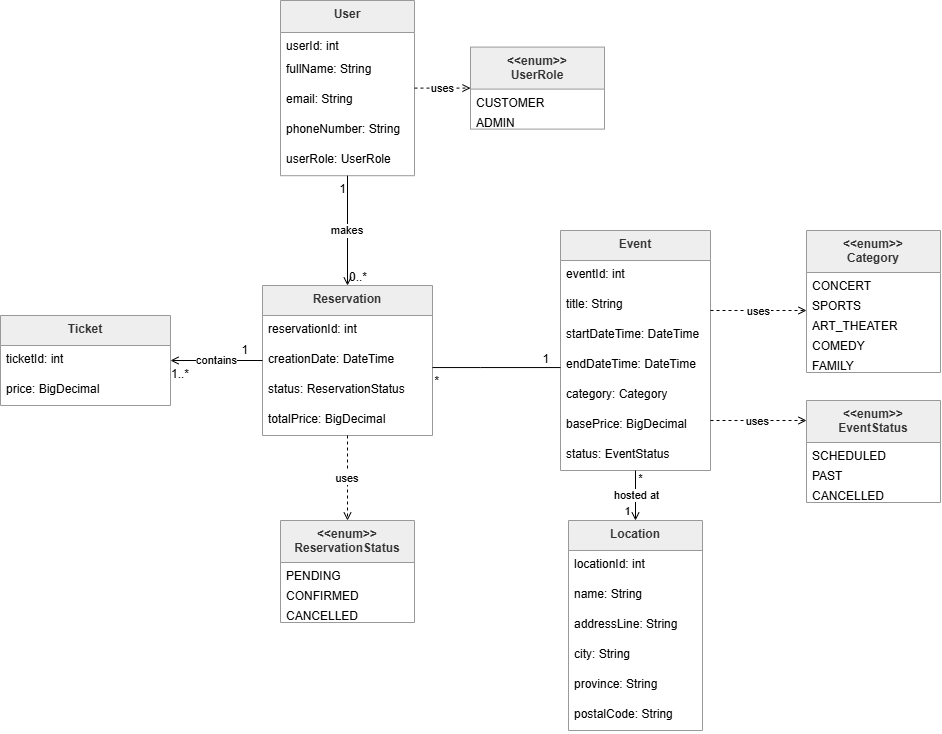
The draw.io diagram docs/DomainModel.png in Cimpo1/SOEN345_PestControl, before a commit. Source tidied: cells renumbered, new cells last; positions are measured from the earlier drawing's top-left corner, leaving out a move shared by most shapes. The source it was exported from:
```xml
<mxGraphModel>
  <root>
    <mxCell id="0" />
    <mxCell id="1" parent="0" />
    <mxCell id="2" value="User" style="swimlane;fontStyle=1;align=center;verticalAlign=top;horizontal=1;startSize=32;fillColor=light-dark(#eeeeee,#1f2020);strokeColor=light-dark(#999999,#cccccc);fontColor=light-dark(#333333,#cccccc);" parent="1" vertex="1">
      <mxGeometry x="280" width="134" height="175.2" as="geometry" />
    </mxCell>
    <mxCell id="3" value="userId: int" style="text;strokeColor=none;fillColor=none;align=left;verticalAlign=top;spacingLeft=4;spacingRight=4;overflow=hidden;" parent="2" vertex="1">
      <mxGeometry y="32" width="134" height="23.2" as="geometry" />
    </mxCell>
    <mxCell id="4" value="fullName: String" style="text;strokeColor=none;fillColor=none;align=left;verticalAlign=top;spacingLeft=4;spacingRight=4;overflow=hidden;" parent="2" vertex="1">
      <mxGeometry y="55.2" width="134" height="30" as="geometry" />
    </mxCell>
    <mxCell id="5" value="email: String" style="text;strokeColor=none;fillColor=none;align=left;verticalAlign=top;spacingLeft=4;spacingRight=4;overflow=hidden;" parent="2" vertex="1">
      <mxGeometry y="85.2" width="134" height="30" as="geometry" />
    </mxCell>
    <mxCell id="6" value="phoneNumber: String" style="text;strokeColor=none;fillColor=none;align=left;verticalAlign=top;spacingLeft=4;spacingRight=4;overflow=hidden;" parent="2" vertex="1">
      <mxGeometry y="115.2" width="134" height="30" as="geometry" />
    </mxCell>
    <mxCell id="7" value="userRole: UserRole" style="text;strokeColor=none;fillColor=none;align=left;verticalAlign=top;spacingLeft=4;spacingRight=4;overflow=hidden;" parent="2" vertex="1">
      <mxGeometry y="145.2" width="134" height="30" as="geometry" />
    </mxCell>
    <mxCell id="8" value="Event" style="swimlane;fontStyle=1;align=center;verticalAlign=top;horizontal=1;startSize=30;fillColor=light-dark(#eeeeee,#1f2020);strokeColor=light-dark(#999999,#cccccc);fontColor=light-dark(#333333,#cccccc);" parent="1" vertex="1">
      <mxGeometry x="560" y="230" width="150" height="240" as="geometry" />
    </mxCell>
    <mxCell id="9" value="eventId: int" style="text;strokeColor=none;fillColor=none;align=left;verticalAlign=top;spacingLeft=4;spacingRight=4;overflow=hidden;" parent="8" vertex="1">
      <mxGeometry y="30" width="150" height="30" as="geometry" />
    </mxCell>
    <mxCell id="10" value="title: String" style="text;strokeColor=none;fillColor=none;align=left;verticalAlign=top;spacingLeft=4;spacingRight=4;overflow=hidden;" parent="8" vertex="1">
      <mxGeometry y="60" width="150" height="30" as="geometry" />
    </mxCell>
    <mxCell id="11" value="startDateTime: DateTime" style="text;strokeColor=none;fillColor=none;align=left;verticalAlign=top;spacingLeft=4;spacingRight=4;overflow=hidden;" parent="8" vertex="1">
      <mxGeometry y="90" width="150" height="30" as="geometry" />
    </mxCell>
    <mxCell id="12" value="endDateTime: DateTime" style="text;strokeColor=none;fillColor=none;align=left;verticalAlign=top;spacingLeft=4;spacingRight=4;overflow=hidden;" parent="8" vertex="1">
      <mxGeometry y="120" width="150" height="30" as="geometry" />
    </mxCell>
    <mxCell id="13" value="category: Category" style="text;strokeColor=none;fillColor=none;align=left;verticalAlign=top;spacingLeft=4;spacingRight=4;overflow=hidden;" parent="8" vertex="1">
      <mxGeometry y="150" width="150" height="30" as="geometry" />
    </mxCell>
    <mxCell id="14" value="basePrice: BigDecimal" style="text;strokeColor=none;fillColor=none;align=left;verticalAlign=top;spacingLeft=4;spacingRight=4;overflow=hidden;" parent="8" vertex="1">
      <mxGeometry y="180" width="150" height="30" as="geometry" />
    </mxCell>
    <mxCell id="15" value="status: EventStatus" style="text;strokeColor=none;fillColor=none;align=left;verticalAlign=top;spacingLeft=4;spacingRight=4;overflow=hidden;" parent="8" vertex="1">
      <mxGeometry y="210" width="150" height="30" as="geometry" />
    </mxCell>
    <mxCell id="16" value="Location" style="swimlane;fontStyle=1;align=center;verticalAlign=top;horizontal=1;startSize=30;fillColor=light-dark(#eeeeee,#1f2020);strokeColor=light-dark(#999999,#cccccc);fontColor=light-dark(#333333,#cccccc);" parent="1" vertex="1">
      <mxGeometry x="568" y="520" width="134" height="210" as="geometry" />
    </mxCell>
    <mxCell id="17" value="locationId: int" style="text;strokeColor=none;fillColor=none;align=left;verticalAlign=top;spacingLeft=4;spacingRight=4;overflow=hidden;" parent="16" vertex="1">
      <mxGeometry y="30" width="134" height="30" as="geometry" />
    </mxCell>
    <mxCell id="18" value="name: String" style="text;strokeColor=none;fillColor=none;align=left;verticalAlign=top;spacingLeft=4;spacingRight=4;overflow=hidden;" parent="16" vertex="1">
      <mxGeometry y="60" width="134" height="30" as="geometry" />
    </mxCell>
    <mxCell id="19" value="addressLine: String" style="text;strokeColor=none;fillColor=none;align=left;verticalAlign=top;spacingLeft=4;spacingRight=4;overflow=hidden;" parent="16" vertex="1">
      <mxGeometry y="90" width="134" height="30" as="geometry" />
    </mxCell>
    <mxCell id="20" value="city: String" style="text;strokeColor=none;fillColor=none;align=left;verticalAlign=top;spacingLeft=4;spacingRight=4;overflow=hidden;" parent="16" vertex="1">
      <mxGeometry y="120" width="134" height="30" as="geometry" />
    </mxCell>
    <mxCell id="21" value="province: String" style="text;strokeColor=none;fillColor=none;align=left;verticalAlign=top;spacingLeft=4;spacingRight=4;overflow=hidden;" parent="16" vertex="1">
      <mxGeometry y="150" width="134" height="30" as="geometry" />
    </mxCell>
    <mxCell id="22" value="postalCode: String" style="text;strokeColor=none;fillColor=none;align=left;verticalAlign=top;spacingLeft=4;spacingRight=4;overflow=hidden;" parent="16" vertex="1">
      <mxGeometry y="180" width="134" height="30" as="geometry" />
    </mxCell>
    <mxCell id="23" value="&lt;&lt;enum&gt;&gt;&#10;UserRole" style="swimlane;fontStyle=1;align=center;verticalAlign=top;horizontal=1;startSize=42;fillColor=light-dark(#eeeeee,#1f2020);strokeColor=light-dark(#999999,#cccccc);fontColor=light-dark(#333333,#cccccc);" parent="1" vertex="1">
      <mxGeometry x="470" y="46.6" width="134" height="82" as="geometry" />
    </mxCell>
    <mxCell id="24" value="CUSTOMER" style="text;strokeColor=none;fillColor=none;align=left;verticalAlign=top;spacingLeft=4;spacingRight=4;overflow=hidden;" parent="23" vertex="1">
      <mxGeometry y="42" width="134" height="20" as="geometry" />
    </mxCell>
    <mxCell id="25" value="ADMIN" style="text;strokeColor=none;fillColor=none;align=left;verticalAlign=top;spacingLeft=4;spacingRight=4;overflow=hidden;" parent="23" vertex="1">
      <mxGeometry y="62" width="134" height="20" as="geometry" />
    </mxCell>
    <mxCell id="26" style="startArrow=open;endArrow=none;edgeStyle=orthogonalEdgeStyle;rounded=0;curved=0;endFill=0;endSize=15;startFill=0;" parent="1" edge="1" source="16" target="8">
      <mxGeometry relative="1" as="geometry" />
    </mxCell>
    <mxCell id="27" value="hosted at" style="edgeLabel;html=1;align=center;verticalAlign=middle;" parent="26" vertex="1">
      <mxGeometry x="0.02" relative="1" as="geometry" />
    </mxCell>
    <mxCell id="28" value="*" style="edgeLabel;html=1;align=center;verticalAlign=middle;" parent="26" vertex="1">
      <mxGeometry x="0.52" y="-1" relative="1" as="geometry">
        <mxPoint x="3" y="-5" as="offset" />
      </mxGeometry>
    </mxCell>
    <mxCell id="29" value="1" style="edgeLabel;html=1;align=center;verticalAlign=middle;" parent="26" vertex="1">
      <mxGeometry x="-0.63" relative="1" as="geometry">
        <mxPoint x="-9" as="offset" />
      </mxGeometry>
    </mxCell>
    <mxCell id="30" value="&lt;&lt;enum&gt;&gt;&#10;Category" style="swimlane;fontStyle=1;align=center;verticalAlign=top;horizontal=1;startSize=42;fillColor=light-dark(#eeeeee,#1f2020);strokeColor=light-dark(#999999,#cccccc);fontColor=light-dark(#333333,#cccccc);" parent="1" vertex="1">
      <mxGeometry x="806" y="230" width="134" height="142" as="geometry" />
    </mxCell>
    <mxCell id="31" value="CONCERT" style="text;strokeColor=none;fillColor=none;align=left;verticalAlign=top;spacingLeft=4;spacingRight=4;overflow=hidden;" parent="30" vertex="1">
      <mxGeometry y="42" width="134" height="20" as="geometry" />
    </mxCell>
    <mxCell id="32" value="SPORTS" style="text;strokeColor=none;fillColor=none;align=left;verticalAlign=top;spacingLeft=4;spacingRight=4;overflow=hidden;" parent="30" vertex="1">
      <mxGeometry y="62" width="134" height="20" as="geometry" />
    </mxCell>
    <mxCell id="33" value="ART_THEATER" style="text;strokeColor=none;fillColor=none;align=left;verticalAlign=top;spacingLeft=4;spacingRight=4;overflow=hidden;" parent="30" vertex="1">
      <mxGeometry y="82" width="134" height="20" as="geometry" />
    </mxCell>
    <mxCell id="34" value="COMEDY" style="text;strokeColor=none;fillColor=none;align=left;verticalAlign=top;spacingLeft=4;spacingRight=4;overflow=hidden;" parent="30" vertex="1">
      <mxGeometry y="102" width="134" height="20" as="geometry" />
    </mxCell>
    <mxCell id="35" value="FAMILY" style="text;strokeColor=none;fillColor=none;align=left;verticalAlign=top;spacingLeft=4;spacingRight=4;overflow=hidden;" parent="30" vertex="1">
      <mxGeometry y="122" width="134" height="20" as="geometry" />
    </mxCell>
    <mxCell id="36" value="&lt;&lt;enum&gt;&gt;&#10;EventStatus" style="swimlane;fontStyle=1;align=center;verticalAlign=top;horizontal=1;startSize=42;fillColor=light-dark(#eeeeee,#1f2020);strokeColor=light-dark(#999999,#cccccc);fontColor=light-dark(#333333,#cccccc);" parent="1" vertex="1">
      <mxGeometry x="806" y="400" width="134" height="102" as="geometry" />
    </mxCell>
    <mxCell id="37" value="SCHEDULED" style="text;strokeColor=none;fillColor=none;align=left;verticalAlign=top;spacingLeft=4;spacingRight=4;overflow=hidden;" parent="36" vertex="1">
      <mxGeometry y="42" width="134" height="20" as="geometry" />
    </mxCell>
    <mxCell id="38" value="PAST" style="text;strokeColor=none;fillColor=none;align=left;verticalAlign=top;spacingLeft=4;spacingRight=4;overflow=hidden;" parent="36" vertex="1">
      <mxGeometry y="62" width="134" height="20" as="geometry" />
    </mxCell>
    <mxCell id="39" value="CANCELLED" style="text;strokeColor=none;fillColor=none;align=left;verticalAlign=top;spacingLeft=4;spacingRight=4;overflow=hidden;" parent="36" vertex="1">
      <mxGeometry y="82" width="134" height="20" as="geometry" />
    </mxCell>
    <mxCell id="40" value="Reservation" style="swimlane;fontStyle=1;align=center;verticalAlign=top;horizontal=1;startSize=30;fillColor=light-dark(#eeeeee,#1f2020);strokeColor=light-dark(#999999,#cccccc);fontColor=light-dark(#333333,#cccccc);" parent="1" vertex="1">
      <mxGeometry x="262" y="285" width="170" height="150" as="geometry" />
    </mxCell>
    <mxCell id="41" value="reservationId: int" style="text;strokeColor=none;fillColor=none;align=left;verticalAlign=top;spacingLeft=4;spacingRight=4;overflow=hidden;" parent="40" vertex="1">
      <mxGeometry y="30" width="170" height="30" as="geometry" />
    </mxCell>
    <mxCell id="42" value="creationDate: DateTime" style="text;strokeColor=none;fillColor=none;align=left;verticalAlign=top;spacingLeft=4;spacingRight=4;overflow=hidden;" parent="40" vertex="1">
      <mxGeometry y="60" width="170" height="30" as="geometry" />
    </mxCell>
    <mxCell id="43" value="status: ReservationStatus" style="text;strokeColor=none;fillColor=none;align=left;verticalAlign=top;spacingLeft=4;spacingRight=4;overflow=hidden;" parent="40" vertex="1">
      <mxGeometry y="90" width="170" height="30" as="geometry" />
    </mxCell>
    <mxCell id="44" value="totalPrice: BigDecimal" style="text;strokeColor=none;fillColor=none;align=left;verticalAlign=top;spacingLeft=4;spacingRight=4;overflow=hidden;" parent="40" vertex="1">
      <mxGeometry y="120" width="170" height="30" as="geometry" />
    </mxCell>
    <mxCell id="45" value="&lt;&lt;enum&gt;&gt;&#10;ReservationStatus" style="swimlane;fontStyle=1;align=center;verticalAlign=top;horizontal=1;startSize=42;fillColor=light-dark(#eeeeee,#1f2020);strokeColor=light-dark(#999999,#cccccc);fontColor=light-dark(#333333,#cccccc);" parent="1" vertex="1">
      <mxGeometry x="280" y="520" width="134" height="102" as="geometry" />
    </mxCell>
    <mxCell id="46" value="PENDING" style="text;strokeColor=none;fillColor=none;align=left;verticalAlign=top;spacingLeft=4;spacingRight=4;overflow=hidden;" parent="45" vertex="1">
      <mxGeometry y="42" width="134" height="20" as="geometry" />
    </mxCell>
    <mxCell id="47" value="CONFIRMED" style="text;strokeColor=none;fillColor=none;align=left;verticalAlign=top;spacingLeft=4;spacingRight=4;overflow=hidden;" parent="45" vertex="1">
      <mxGeometry y="62" width="134" height="20" as="geometry" />
    </mxCell>
    <mxCell id="48" value="CANCELLED" style="text;strokeColor=none;fillColor=none;align=left;verticalAlign=top;spacingLeft=4;spacingRight=4;overflow=hidden;" parent="45" vertex="1">
      <mxGeometry y="82" width="134" height="20" as="geometry" />
    </mxCell>
    <mxCell id="49" value="uses" style="startArrow=none;endArrow=open;edgeStyle=orthogonalEdgeStyle;rounded=0;curved=0;endFill=0;dashed=1;" parent="1" edge="1" source="8" target="36">
      <mxGeometry relative="1" as="geometry">
        <Array as="points">
          <mxPoint x="760" y="420" />
          <mxPoint x="760" y="420" />
        </Array>
      </mxGeometry>
    </mxCell>
    <mxCell id="50" value="uses" style="startArrow=none;endArrow=open;edgeStyle=orthogonalEdgeStyle;rounded=0;curved=0;endFill=0;dashed=1;" parent="1" edge="1" source="8" target="30">
      <mxGeometry relative="1" as="geometry">
        <Array as="points">
          <mxPoint x="760" y="310" />
          <mxPoint x="760" y="310" />
        </Array>
      </mxGeometry>
    </mxCell>
    <mxCell id="51" value="uses" style="startArrow=none;endArrow=open;edgeStyle=orthogonalEdgeStyle;rounded=0;curved=0;dashed=1;endFill=0;" parent="1" edge="1" source="2" target="23">
      <mxGeometry relative="1" as="geometry" />
    </mxCell>
    <mxCell id="52" value="uses" style="startArrow=none;endArrow=open;edgeStyle=orthogonalEdgeStyle;rounded=0;curved=0;dashed=1;endFill=0;" parent="1" edge="1" source="40" target="45">
      <mxGeometry relative="1" as="geometry" />
    </mxCell>
    <mxCell id="53" value="makes" style="startArrow=none;endArrow=open;edgeStyle=orthogonalEdgeStyle;rounded=0;curved=0;endFill=0;" parent="1" edge="1" source="2" target="40">
      <mxGeometry relative="1" as="geometry" />
    </mxCell>
    <mxCell id="54" value="1" style="edgeLabel;labelBackgroundColor=none;fontSize=12;align=right;verticalAlign=top;" parent="53" vertex="1">
      <mxGeometry x="-1" relative="1" as="geometry" />
    </mxCell>
    <mxCell id="55" value="0..*" style="edgeLabel;labelBackgroundColor=none;fontSize=12;align=left;verticalAlign=bottom;" parent="53" vertex="1">
      <mxGeometry x="1" relative="1" as="geometry" />
    </mxCell>
    <mxCell id="56" value="Ticket" style="swimlane;fontStyle=1;align=center;verticalAlign=top;horizontal=1;startSize=30;fillColor=light-dark(#eeeeee,#1f2020);strokeColor=light-dark(#999999,#cccccc);fontColor=light-dark(#333333,#cccccc);" parent="1" vertex="1">
      <mxGeometry y="315" width="170" height="90" as="geometry" />
    </mxCell>
    <mxCell id="57" value="ticketId: int" style="text;strokeColor=none;fillColor=none;align=left;verticalAlign=top;spacingLeft=4;spacingRight=4;overflow=hidden;" parent="56" vertex="1">
      <mxGeometry y="30" width="170" height="30" as="geometry" />
    </mxCell>
    <mxCell id="58" value="price: BigDecimal" style="text;strokeColor=none;fillColor=none;align=left;verticalAlign=top;spacingLeft=4;spacingRight=4;overflow=hidden;" parent="56" vertex="1">
      <mxGeometry y="60" width="170" height="30" as="geometry" />
    </mxCell>
    <mxCell id="59" value="contains" style="startArrow=open;endArrow=none;edgeStyle=orthogonalEdgeStyle;rounded=0;curved=0;html=1;startFill=0;" parent="1" edge="1" source="56" target="40">
      <mxGeometry relative="1" as="geometry" />
    </mxCell>
    <mxCell id="60" value="1..*" style="edgeLabel;labelBackgroundColor=none;fontSize=12;align=right;verticalAlign=top;" parent="59" vertex="1">
      <mxGeometry x="-1" relative="1" as="geometry">
        <mxPoint x="20" as="offset" />
      </mxGeometry>
    </mxCell>
    <mxCell id="61" value="1" style="edgeLabel;labelBackgroundColor=none;fontSize=12;align=left;verticalAlign=bottom;" parent="59" vertex="1">
      <mxGeometry x="1" relative="1" as="geometry">
        <mxPoint x="-22" y="-2" as="offset" />
      </mxGeometry>
    </mxCell>
    <mxCell id="62" style="startArrow=none;endArrow=none;edgeStyle=orthogonalEdgeStyle;rounded=0;curved=0;" parent="1" edge="1" source="40" target="8">
      <mxGeometry x="0.01" relative="1" as="geometry">
        <Array as="points">
          <mxPoint x="480" y="367" />
          <mxPoint x="480" y="367" />
        </Array>
      </mxGeometry>
    </mxCell>
    <mxCell id="63" value="*" style="edgeLabel;labelBackgroundColor=none;fontSize=12;align=right;verticalAlign=top;" parent="62" vertex="1">
      <mxGeometry x="-1" relative="1" as="geometry">
        <mxPoint x="8" as="offset" />
      </mxGeometry>
    </mxCell>
    <mxCell id="64" value="1" style="edgeLabel;labelBackgroundColor=none;fontSize=12;align=left;verticalAlign=bottom;" parent="62" vertex="1">
      <mxGeometry x="1" relative="1" as="geometry">
        <mxPoint x="-20" as="offset" />
      </mxGeometry>
    </mxCell>
  </root>
</mxGraphModel>
```
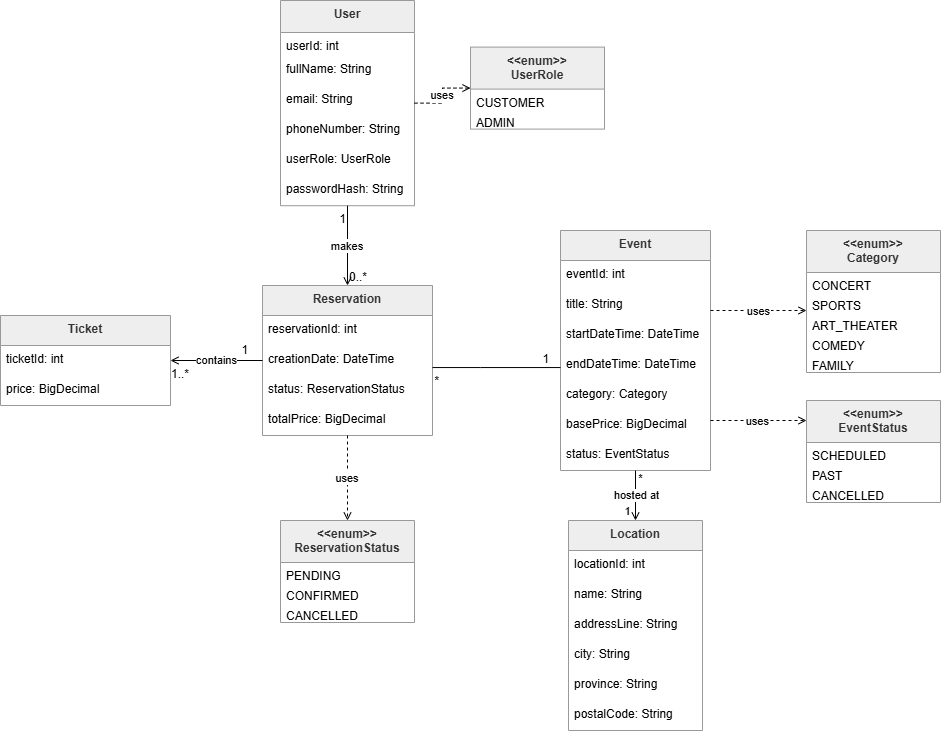
After the change.

Diff of the diagram source:
```diff
@@ -3,7 +3,7 @@
     <mxCell id="0" />
     <mxCell id="1" parent="0" />
     <mxCell id="2" value="User" style="swimlane;fontStyle=1;align=center;verticalAlign=top;horizontal=1;startSize=32;fillColor=light-dark(#eeeeee,#1f2020);strokeColor=light-dark(#999999,#cccccc);fontColor=light-dark(#333333,#cccccc);" parent="1" vertex="1">
-      <mxGeometry x="280" width="134" height="175.2" as="geometry" />
+      <mxGeometry x="280" width="134" height="205.2" as="geometry" />
     </mxCell>
     <mxCell id="3" value="userId: int" style="text;strokeColor=none;fillColor=none;align=left;verticalAlign=top;spacingLeft=4;spacingRight=4;overflow=hidden;" parent="2" vertex="1">
       <mxGeometry y="32" width="134" height="23.2" as="geometry" />
@@ -20,6 +20,9 @@
     <mxCell id="7" value="userRole: UserRole" style="text;strokeColor=none;fillColor=none;align=left;verticalAlign=top;spacingLeft=4;spacingRight=4;overflow=hidden;" parent="2" vertex="1">
       <mxGeometry y="145.2" width="134" height="30" as="geometry" />
     </mxCell>
+    <mxCell id="65" value="passwordHash: String" style="text;strokeColor=none;fillColor=none;align=left;verticalAlign=top;spacingLeft=4;spacingRight=4;overflow=hidden;" parent="2" vertex="1">
+      <mxGeometry y="175.2" width="134" height="30" as="geometry" />
+    </mxCell>
     <mxCell id="8" value="Event" style="swimlane;fontStyle=1;align=center;verticalAlign=top;horizontal=1;startSize=30;fillColor=light-dark(#eeeeee,#1f2020);strokeColor=light-dark(#999999,#cccccc);fontColor=light-dark(#333333,#cccccc);" parent="1" vertex="1">
       <mxGeometry x="560" y="230" width="150" height="240" as="geometry" />
     </mxCell>
```
